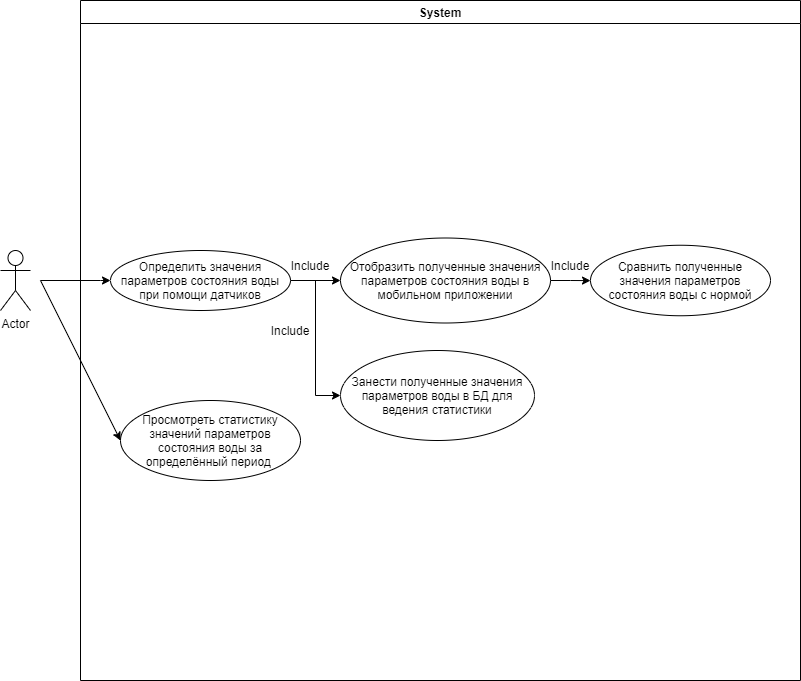
Earlier version of the draw.io export UseCase.png (MaxZ07/Crystal). Source tidied: cells renumbered, new cells last; positions are measured from the earlier drawing's top-left corner, leaving out a move shared by most shapes.
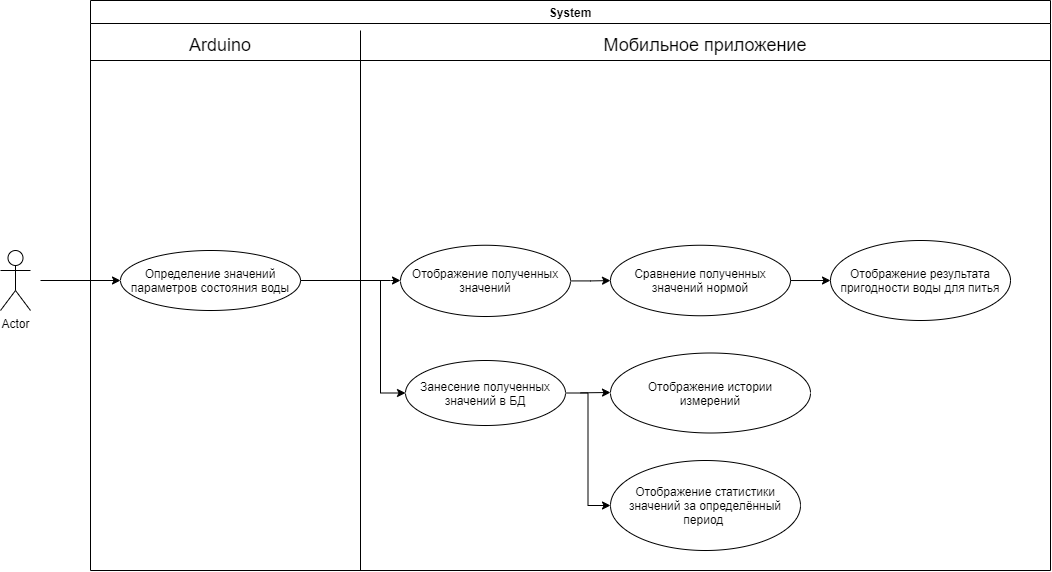
Later version of the same file.

Diff of the diagram source:
```diff
@@ -3,56 +3,91 @@
     <mxCell id="0" />
     <mxCell id="1" parent="0" />
     <mxCell id="2" value="Actor" style="shape=umlActor;verticalLabelPosition=bottom;verticalAlign=top;html=1;" parent="1" vertex="1">
-      <mxGeometry y="250" width="30" height="60" as="geometry" />
+      <mxGeometry y="270" width="30" height="60" as="geometry" />
     </mxCell>
     <mxCell id="3" value="System" style="swimlane;" parent="1" vertex="1">
-      <mxGeometry x="80" width="720" height="680" as="geometry" />
+      <mxGeometry x="90" y="20" width="960" height="570" as="geometry" />
     </mxCell>
     <mxCell id="4" style="edgeStyle=orthogonalEdgeStyle;rounded=0;jettySize=auto;html=1;exitX=1;exitY=0.5;exitDx=0;exitDy=0;" parent="3" edge="1" source="5" target="7">
-      <mxGeometry relative="1" as="geometry" />
+      <mxGeometry relative="1" as="geometry">
+        <Array as="points">
+          <mxPoint x="300" y="280" />
+          <mxPoint x="300" y="280" />
+        </Array>
+      </mxGeometry>
     </mxCell>
-    <mxCell id="5" value="Определить значения параметров состояния воды при помощи датчиков" style="ellipse;whiteSpace=wrap;html=1;" parent="3" vertex="1">
+    <mxCell id="5" value="Определение значений параметров состояния воды" style="ellipse;whiteSpace=wrap;html=1;" parent="3" vertex="1">
       <mxGeometry x="30" y="250" width="180" height="60" as="geometry" />
     </mxCell>
     <mxCell id="6" style="edgeStyle=orthogonalEdgeStyle;rounded=0;jettySize=auto;html=1;" parent="3" edge="1" source="7" target="11">
       <mxGeometry relative="1" as="geometry" />
     </mxCell>
-    <mxCell id="7" value="Отобразить полученные значения параметров состояния воды в мобильном приложении" style="ellipse;whiteSpace=wrap;html=1;" parent="3" vertex="1">
-      <mxGeometry x="260" y="237.5" width="210" height="85" as="geometry" />
+    <mxCell id="7" value="Отображение полученных&lt;br&gt;значений" style="ellipse;whiteSpace=wrap;html=1;" parent="3" vertex="1">
+      <mxGeometry x="310" y="244.8" width="170" height="71.2" as="geometry" />
     </mxCell>
+    <mxCell id="17" style="edgeStyle=orthogonalEdgeStyle;rounded=0;jettySize=auto;html=1;exitX=1;exitY=0.5;exitDx=0;exitDy=0;entryX=0;entryY=0.5;entryDx=0;entryDy=0;" parent="3" edge="1" source="8" target="20">
+      <mxGeometry relative="1" as="geometry" />
+    </mxCell>
-    <mxCell id="8" value="Занести полученные значения параметров воды в БД для ведения статистики" style="ellipse;whiteSpace=wrap;html=1;fontSize=12;" parent="3" vertex="1">
-      <mxGeometry x="260" y="350" width="194" height="90" as="geometry" />
+    <mxCell id="8" value="Занесение полученных&lt;br&gt;значений в БД" style="ellipse;whiteSpace=wrap;html=1;fontSize=12;" parent="3" vertex="1">
+      <mxGeometry x="315" y="360" width="160" height="65" as="geometry" />
     </mxCell>
     <mxCell id="9" style="edgeStyle=orthogonalEdgeStyle;rounded=0;jettySize=auto;html=1;fontSize=12;entryX=0;entryY=0.5;entryDx=0;entryDy=0;" parent="3" edge="1" source="5" target="8">
-      <mxGeometry relative="1" as="geometry" />
+      <mxGeometry relative="1" as="geometry">
+        <Array as="points">
+          <mxPoint x="290" y="280" />
+          <mxPoint x="290" y="392" />
+        </Array>
+      </mxGeometry>
     </mxCell>
-    <mxCell id="10" value="Просмотреть статистику значений параметров состояния воды за определённый период&amp;nbsp;" style="ellipse;whiteSpace=wrap;html=1;fontSize=12;" parent="3" vertex="1">
-      <mxGeometry x="40" y="400" width="180" height="80" as="geometry" />
-    </mxCell>
-    <mxCell id="11" value="Сравнить полученные значения параметров состояния воды с нормой" style="ellipse;whiteSpace=wrap;html=1;" parent="3" vertex="1">
-      <mxGeometry x="510" y="244.8" width="180" height="70.5" as="geometry" />
+    <mxCell id="11" value="Сравнение полученных значений нормой" style="ellipse;whiteSpace=wrap;html=1;" parent="3" vertex="1">
+      <mxGeometry x="520" y="244.8" width="180" height="70.5" as="geometry" />
     </mxCell>
-    <mxCell id="12" value="Include" style="text;html=1;strokeColor=none;fillColor=none;align=center;verticalAlign=middle;whiteSpace=wrap;rounded=0;" parent="3" vertex="1">
-      <mxGeometry x="200" y="250" width="60" height="30" as="geometry" />
-    </mxCell>
-    <mxCell id="13" value="Include" style="text;html=1;strokeColor=none;fillColor=none;align=center;verticalAlign=middle;whiteSpace=wrap;rounded=0;" parent="3" vertex="1">
-      <mxGeometry x="460" y="250" width="60" height="30" as="geometry" />
-    </mxCell>
-    <mxCell id="14" value="Include" style="text;html=1;strokeColor=none;fillColor=none;align=center;verticalAlign=middle;whiteSpace=wrap;rounded=0;" parent="3" vertex="1">
-      <mxGeometry x="180" y="315.2" width="60" height="30" as="geometry" />
-    </mxCell>
+    <mxCell id="18" style="endArrow=classic;html=1;rounded=0;exitX=0.169;exitY=1.001;exitDx=0;exitDy=0;exitPerimeter=0;" parent="3" edge="1">
+      <mxGeometry relative="1" as="geometry">
+        <mxPoint x="700.1" y="280" as="sourcePoint" />
+        <mxPoint x="740" y="280" as="targetPoint" />
+      </mxGeometry>
+    </mxCell>
+    <mxCell id="19" value="Отображение результата пригодности воды для питья" style="ellipse;whiteSpace=wrap;html=1;" parent="3" vertex="1">
+      <mxGeometry x="740" y="240" width="180" height="80" as="geometry" />
+    </mxCell>
+    <mxCell id="20" value="Отображение статистики значений за определённый период&amp;nbsp;" style="ellipse;whiteSpace=wrap;html=1;fontSize=12;" parent="3" vertex="1">
+      <mxGeometry x="520" y="460" width="190" height="90" as="geometry" />
+    </mxCell>
+    <mxCell id="21" style="endArrow=none;html=1;rounded=0;" parent="3" edge="1">
+      <mxGeometry relative="1" as="geometry">
+        <mxPoint x="270" y="570" as="sourcePoint" />
+        <mxPoint x="270" y="30" as="targetPoint" />
+      </mxGeometry>
+    </mxCell>
+    <mxCell id="22" style="endArrow=none;html=1;rounded=0;" parent="3" edge="1">
+      <mxGeometry relative="1" as="geometry">
+        <mxPoint y="60" as="sourcePoint" />
+        <mxPoint x="960" y="60" as="targetPoint" />
+      </mxGeometry>
+    </mxCell>
+    <mxCell id="23" value="Arduino" style="text;html=1;strokeColor=none;fillColor=none;align=center;verticalAlign=middle;whiteSpace=wrap;rounded=0;fontSize=18;" parent="3" vertex="1">
+      <mxGeometry y="30" width="260" height="30" as="geometry" />
+    </mxCell>
+    <mxCell id="24" value="Мобильное приложение" style="text;html=1;strokeColor=none;fillColor=none;align=center;verticalAlign=middle;whiteSpace=wrap;rounded=0;fontSize=18;" parent="3" vertex="1">
+      <mxGeometry x="270" y="30" width="690" height="30" as="geometry" />
+    </mxCell>
+    <mxCell id="25" style="endArrow=classic;html=1;rounded=0;fontSize=18;" parent="3" edge="1">
+      <mxGeometry relative="1" as="geometry">
+        <mxPoint x="490" y="392.3" as="sourcePoint" />
+        <mxPoint x="520" y="392" as="targetPoint" />
+      </mxGeometry>
+    </mxCell>
+    <mxCell id="26" value="&lt;span style=&quot;font-size: 12px&quot;&gt;Отображение истории&lt;br style=&quot;font-size: 12px;&quot;&gt;измерений&lt;/span&gt;" style="ellipse;whiteSpace=wrap;html=1;fontSize=12;" parent="3" vertex="1">
+      <mxGeometry x="520" y="352.5" width="200" height="80" as="geometry" />
+    </mxCell>
     <mxCell id="15" style="endArrow=classic;html=1;rounded=0;entryX=0;entryY=0.5;entryDx=0;entryDy=0;" parent="1" edge="1" target="5">
       <mxGeometry relative="1" as="geometry">
-        <mxPoint x="40" y="280" as="sourcePoint" />
+        <mxPoint x="40" y="300" as="sourcePoint" />
         <Array as="points">
-          <mxPoint x="100" y="280" />
+          <mxPoint x="90" y="300" />
         </Array>
       </mxGeometry>
     </mxCell>
-    <mxCell id="16" style="endArrow=classic;html=1;rounded=0;fontSize=12;entryX=0;entryY=0.5;entryDx=0;entryDy=0;" parent="1" edge="1" target="10">
-      <mxGeometry relative="1" as="geometry">
-        <mxPoint x="40" y="280" as="sourcePoint" />
-      </mxGeometry>
-    </mxCell>
   </root>
 </mxGraphModel>
```
